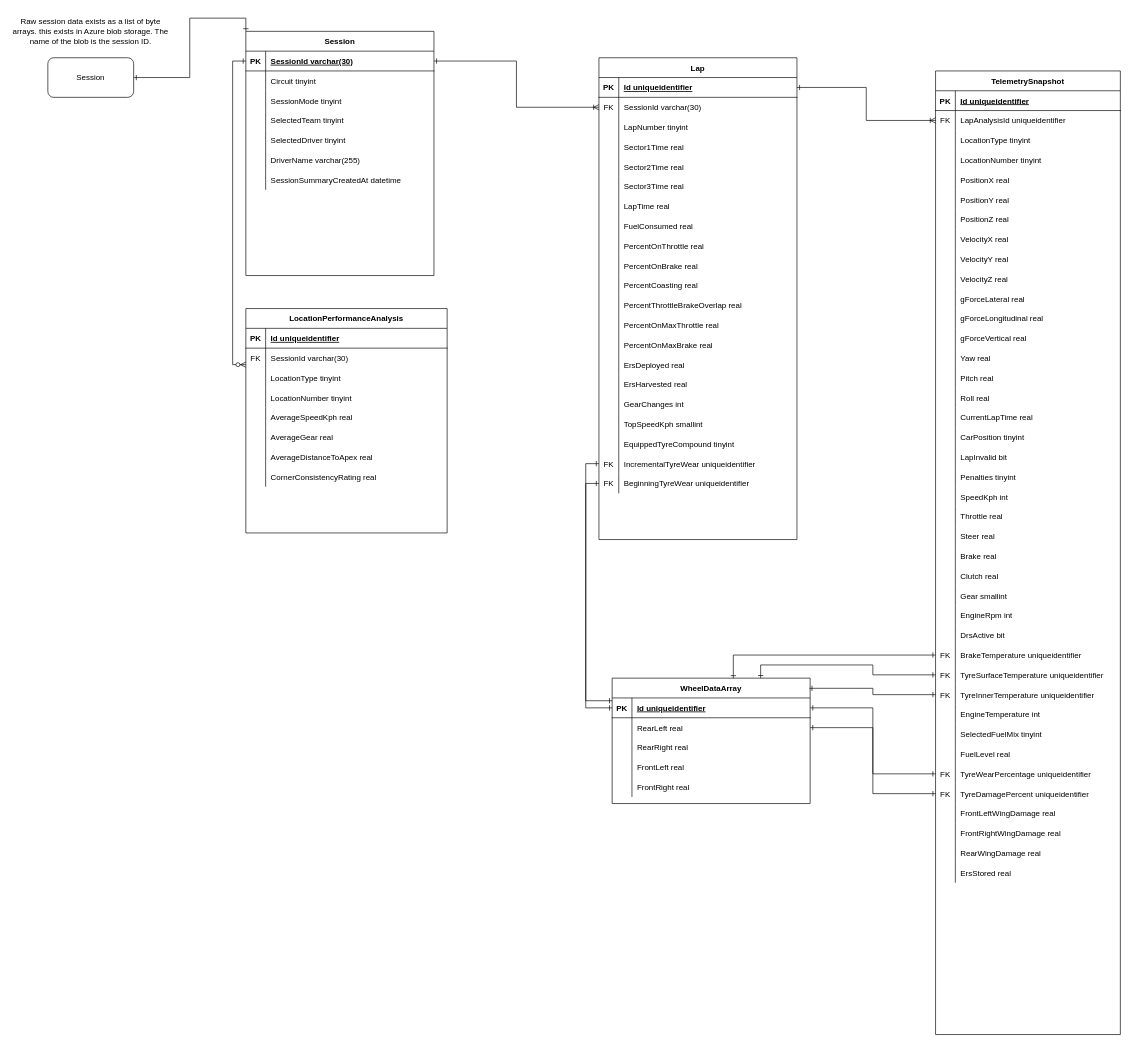
This is page "Sessions" (1 of 2) of Cloud Storage Maps/ApexVisualSqlErd.drawio from TimHanewich/ApexVisual.F1_2020, a draw.io file, before an edit. Source tidied: cells renumbered, new cells numbered last; positions are measured from the earlier drawing's top-left corner, leaving out a move shared by most shapes. Both pictures are drawn from the tidied source at 66%, with x=0, y=0 at pixel (11, 11).
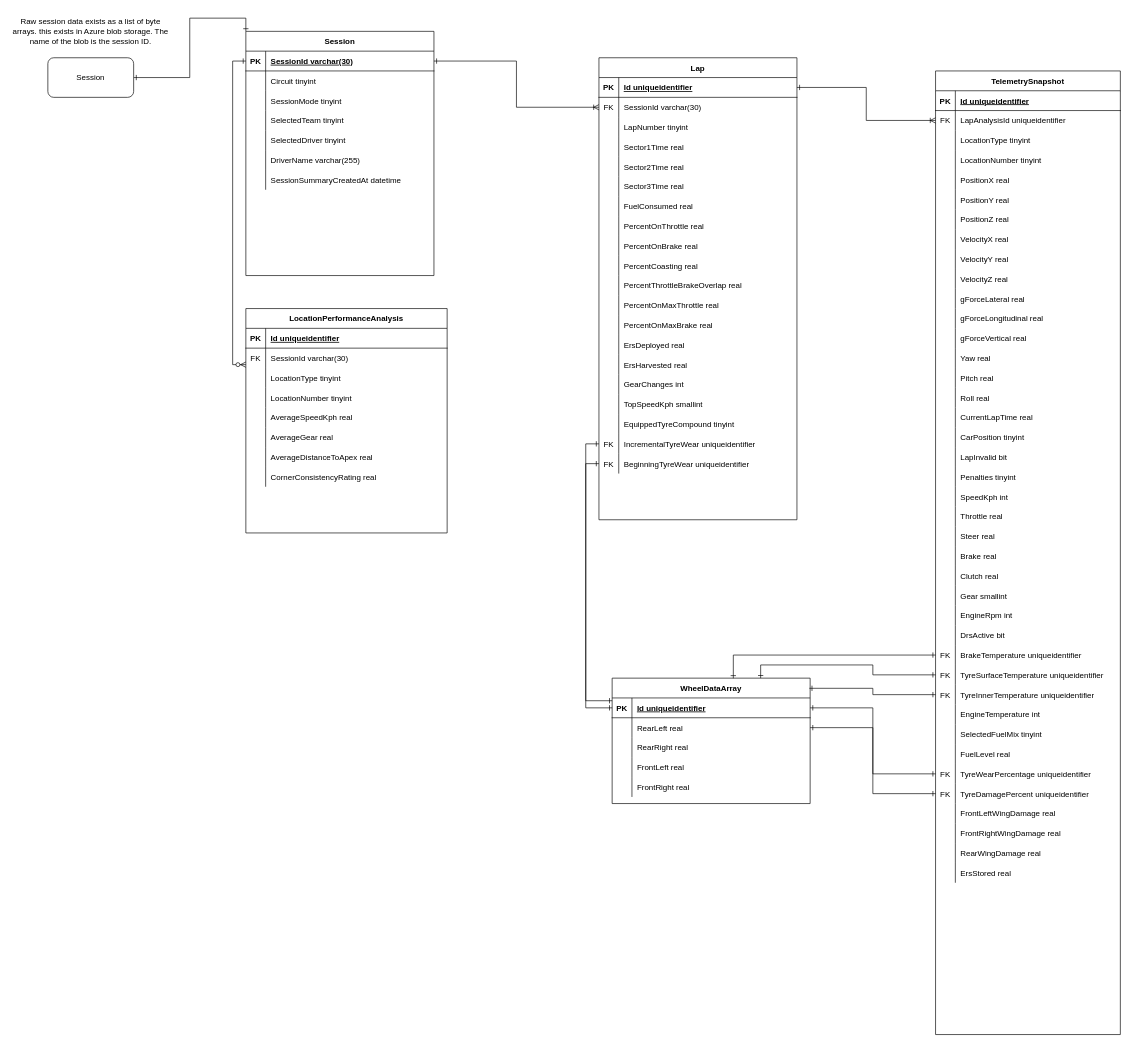
Above is the later version.

Commit message (it also covers changes not shown here):
Removed LapTime from Lap in Sql

This was redundant. LapTime can obviously be calculated from adding together S1, S2, and S3

The edit, as a diff of the source:
```diff
@@
     <mxCell id="174" value="Lap" style="shape=table;startSize=30;childLayout=tableLayout;rowLines=0;fontStyle=1;align=center;" parent="1" vertex="1">
-      <mxGeometry x="890" y="70" width="300" height="730" as="geometry" />
+      <mxGeometry x="890" y="70" width="300" height="700" as="geometry" />
     </mxCell>
@@
-    <mxCell id="193" style="shape=partialRectangle;fillColor=none;top=0;left=0;bottom=0;right=0;" parent="174" vertex="1">
-      <mxGeometry y="210" width="300" height="30" as="geometry" />
-    </mxCell>
-    <mxCell id="194" style="shape=partialRectangle;fillColor=none;top=0;left=0;bottom=0;right=0;overflow=hidden;" parent="193" vertex="1">
-      <mxGeometry width="30" height="30" as="geometry" />
-    </mxCell>
-    <mxCell id="195" value="LapTime real" style="shape=partialRectangle;fillColor=none;top=0;left=0;bottom=0;right=0;align=left;spacingLeft=6;overflow=hidden;" parent="193" vertex="1">
-      <mxGeometry x="30" width="270" height="30" as="geometry" />
-    </mxCell>
     <mxCell id="196" style="shape=partialRectangle;fillColor=none;top=0;left=0;bottom=0;right=0;" parent="174" vertex="1">
-      <mxGeometry y="240" width="300" height="30" as="geometry" />
+      <mxGeometry y="210" width="300" height="30" as="geometry" />
     </mxCell>
@@
     <mxCell id="199" style="shape=partialRectangle;fillColor=none;top=0;left=0;bottom=0;right=0;" parent="174" vertex="1">
-      <mxGeometry y="270" width="300" height="30" as="geometry" />
+      <mxGeometry y="240" width="300" height="30" as="geometry" />
     </mxCell>
@@
     <mxCell id="202" style="shape=partialRectangle;fillColor=none;top=0;left=0;bottom=0;right=0;" parent="174" vertex="1">
-      <mxGeometry y="300" width="300" height="30" as="geometry" />
+      <mxGeometry y="270" width="300" height="30" as="geometry" />
     </mxCell>
@@
     <mxCell id="205" style="shape=partialRectangle;fillColor=none;top=0;left=0;bottom=0;right=0;" parent="174" vertex="1">
-      <mxGeometry y="330" width="300" height="30" as="geometry" />
+      <mxGeometry y="300" width="300" height="30" as="geometry" />
     </mxCell>
@@
     <mxCell id="208" style="shape=partialRectangle;fillColor=none;top=0;left=0;bottom=0;right=0;" parent="174" vertex="1">
-      <mxGeometry y="360" width="300" height="30" as="geometry" />
+      <mxGeometry y="330" width="300" height="30" as="geometry" />
     </mxCell>
@@
     <mxCell id="211" style="shape=partialRectangle;fillColor=none;top=0;left=0;bottom=0;right=0;" parent="174" vertex="1">
-      <mxGeometry y="390" width="300" height="30" as="geometry" />
+      <mxGeometry y="360" width="300" height="30" as="geometry" />
     </mxCell>
@@
     <mxCell id="214" style="shape=partialRectangle;fillColor=none;top=0;left=0;bottom=0;right=0;" parent="174" vertex="1">
-      <mxGeometry y="420" width="300" height="30" as="geometry" />
+      <mxGeometry y="390" width="300" height="30" as="geometry" />
     </mxCell>
@@
     <mxCell id="217" style="shape=partialRectangle;fillColor=none;top=0;left=0;bottom=0;right=0;" parent="174" vertex="1">
-      <mxGeometry y="450" width="300" height="30" as="geometry" />
+      <mxGeometry y="420" width="300" height="30" as="geometry" />
     </mxCell>
@@
     <mxCell id="220" style="shape=partialRectangle;fillColor=none;top=0;left=0;bottom=0;right=0;" parent="174" vertex="1">
-      <mxGeometry y="480" width="300" height="30" as="geometry" />
+      <mxGeometry y="450" width="300" height="30" as="geometry" />
     </mxCell>
@@
     <mxCell id="223" style="shape=partialRectangle;fillColor=none;top=0;left=0;bottom=0;right=0;" parent="174" vertex="1">
-      <mxGeometry y="510" width="300" height="30" as="geometry" />
+      <mxGeometry y="480" width="300" height="30" as="geometry" />
     </mxCell>
@@
     <mxCell id="226" style="shape=partialRectangle;fillColor=none;top=0;left=0;bottom=0;right=0;" parent="174" vertex="1">
-      <mxGeometry y="540" width="300" height="30" as="geometry" />
+      <mxGeometry y="510" width="300" height="30" as="geometry" />
     </mxCell>
@@
     <mxCell id="229" style="shape=partialRectangle;fillColor=none;top=0;left=0;bottom=0;right=0;" parent="174" vertex="1">
-      <mxGeometry y="570" width="300" height="30" as="geometry" />
+      <mxGeometry y="540" width="300" height="30" as="geometry" />
     </mxCell>
@@
     <mxCell id="232" style="shape=partialRectangle;fillColor=none;top=0;left=0;bottom=0;right=0;points=[[0,0.5],[1,0.5]];portConstraint=eastwest;" parent="174" vertex="1">
-      <mxGeometry y="600" width="300" height="30" as="geometry" />
+      <mxGeometry y="570" width="300" height="30" as="geometry" />
     </mxCell>
@@
     <mxCell id="235" style="shape=partialRectangle;fillColor=none;top=0;left=0;bottom=0;right=0;points=[[0,0.5],[1,0.5]];portConstraint=eastwest;" parent="174" vertex="1">
-      <mxGeometry y="630" width="300" height="30" as="geometry" />
+      <mxGeometry y="600" width="300" height="30" as="geometry" />
     </mxCell>
```
